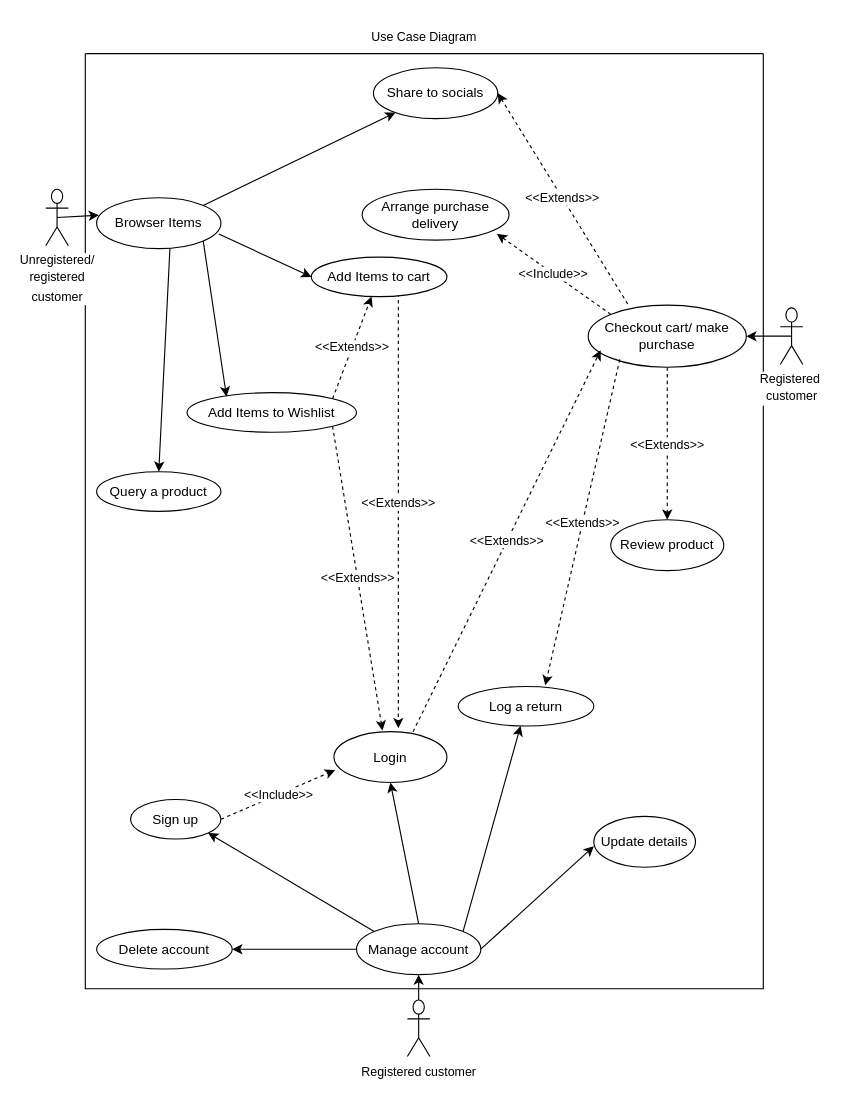
This is Deliverable 2/Diagrams/Use Case Diagram/use case diagram.drawio from otsilemodiselle/ITECA_Project, a draw.io file, before an edit. Source tidied: cells renumbered, new cells numbered last; positions are measured from the earlier drawing's top-left corner, leaving out a move shared by most shapes. Both pictures are drawn from the tidied source at 113%, with x=0, y=0 at pixel (45, 19).
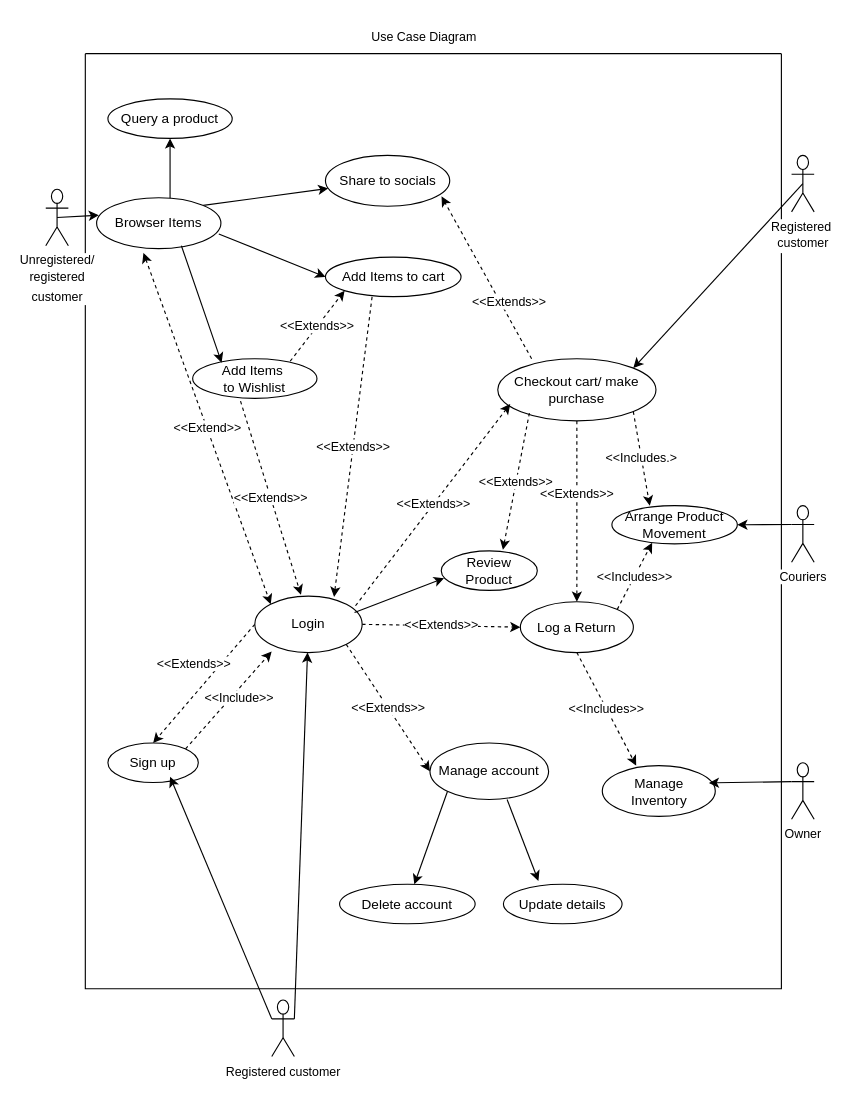
Above is the later version.

The change refers to these unchanged cells:
```xml
<mxCell id="6" value="Browser Items" style="ellipse;whiteSpace=wrap;html=1;" parent="2" vertex="1">
  <mxGeometry x="10" y="127.5" width="110" height="45" as="geometry" />
</mxCell>
```

Diff of the diagram source:
```diff
@@
     <mxCell id="2" style="swimlane;startSize=0;fontFamily=Helvetica;fontSize=11;fontColor=default;labelBackgroundColor=default;" parent="1" vertex="1">
-      <mxGeometry x="35" y="30" width="600" height="827.5" as="geometry" />
+      <mxGeometry x="35" y="30" width="616" height="827.5" as="geometry" />
     </mxCell>
@@
-    <mxCell id="4" style="edgeStyle=none;rounded=0;jettySize=auto;html=1;entryX=0.5;entryY=0;entryDx=0;entryDy=0;strokeColor=default;align=center;verticalAlign=middle;fontFamily=Helvetica;fontSize=11;fontColor=default;labelBackgroundColor=default;endArrow=classic;" parent="2" edge="1" target="23">
-      <mxGeometry relative="1" as="geometry">
-        <mxPoint x="75" y="170" as="sourcePoint" />
-      </mxGeometry>
-    </mxCell>
@@
+    <mxCell id="42" value="&amp;lt;&amp;lt;Extend&amp;gt;&amp;gt;" style="edgeStyle=none;rounded=0;jettySize=auto;html=1;exitX=0.377;exitY=1.084;exitDx=0;exitDy=0;entryX=0;entryY=0;entryDx=0;entryDy=0;strokeColor=default;align=center;verticalAlign=middle;fontFamily=Helvetica;fontSize=11;fontColor=default;labelBackgroundColor=default;endArrow=classic;startArrow=classic;startFill=1;dashed=1;exitPerimeter=0;" parent="2" edge="1" source="6" target="32">
+      <mxGeometry relative="1" as="geometry" />
+    </mxCell>
+    <mxCell id="43" style="edgeStyle=none;rounded=0;jettySize=auto;html=1;exitX=0.591;exitY=0.15;exitDx=0;exitDy=0;strokeColor=default;align=center;verticalAlign=middle;fontFamily=Helvetica;fontSize=11;fontColor=default;labelBackgroundColor=default;endArrow=classic;exitPerimeter=0;" parent="2" edge="1" source="6" target="23">
+      <mxGeometry relative="1" as="geometry" />
+    </mxCell>
@@
-    <mxCell id="7" value="&amp;lt;&amp;lt;Extends&amp;gt;&amp;gt;" style="edgeStyle=none;rounded=0;jettySize=auto;html=1;strokeColor=default;align=center;verticalAlign=middle;fontFamily=Helvetica;fontSize=11;fontColor=default;labelBackgroundColor=default;endArrow=classic;entryX=0.57;entryY=-0.067;entryDx=0;entryDy=0;entryPerimeter=0;dashed=1;" parent="2" edge="1" target="32">
-      <mxGeometry relative="1" as="geometry">
-        <mxPoint x="277" y="200" as="sourcePoint" />
-      </mxGeometry>
+    <mxCell id="7" value="&amp;lt;&amp;lt;Extends&amp;gt;&amp;gt;" style="edgeStyle=none;rounded=0;jettySize=auto;html=1;strokeColor=default;align=center;verticalAlign=middle;fontFamily=Helvetica;fontSize=11;fontColor=default;labelBackgroundColor=default;endArrow=classic;entryX=0.738;entryY=0.015;entryDx=0;entryDy=0;entryPerimeter=0;dashed=1;exitX=0.344;exitY=1.007;exitDx=0;exitDy=0;exitPerimeter=0;" parent="2" edge="1" source="8" target="32">
+      <mxGeometry relative="1" as="geometry" />
     </mxCell>
     <mxCell id="8" value="Add Items&lt;span style=&quot;background-color: initial;&quot;&gt;&amp;nbsp;to cart&lt;/span&gt;" style="ellipse;whiteSpace=wrap;html=1;" parent="2" vertex="1">
-      <mxGeometry x="200" y="180" width="120" height="35" as="geometry" />
+      <mxGeometry x="212.5" y="180" width="120" height="35" as="geometry" />
     </mxCell>
-    <mxCell id="9" value="&amp;lt;&amp;lt;Extends&amp;gt;&amp;gt;" style="edgeStyle=none;rounded=0;jettySize=auto;html=1;exitX=1;exitY=1;exitDx=0;exitDy=0;strokeColor=default;align=center;verticalAlign=middle;fontFamily=Helvetica;fontSize=11;fontColor=default;labelBackgroundColor=default;endArrow=classic;entryX=0.43;entryY=-0.022;entryDx=0;entryDy=0;entryPerimeter=0;dashed=1;" parent="2" edge="1" source="10" target="32">
+    <mxCell id="9" value="&amp;lt;&amp;lt;Extends&amp;gt;&amp;gt;" style="edgeStyle=none;rounded=0;jettySize=auto;html=1;exitX=0.385;exitY=1.071;exitDx=0;exitDy=0;strokeColor=default;align=center;verticalAlign=middle;fontFamily=Helvetica;fontSize=11;fontColor=default;labelBackgroundColor=default;endArrow=classic;entryX=0.43;entryY=-0.022;entryDx=0;entryDy=0;entryPerimeter=0;dashed=1;exitPerimeter=0;" parent="2" edge="1" source="10" target="32">
       <mxGeometry relative="1" as="geometry" />
     </mxCell>
-    <mxCell id="10" value="Add Items to Wishlist" style="ellipse;whiteSpace=wrap;html=1;" parent="2" vertex="1">
-      <mxGeometry x="90" y="300" width="150" height="35" as="geometry" />
+    <mxCell id="10" value="Add Items&amp;nbsp;&lt;div&gt;to Wishlist&lt;/div&gt;" style="ellipse;whiteSpace=wrap;html=1;" parent="2" vertex="1">
+      <mxGeometry x="95" y="270" width="110" height="35" as="geometry" />
     </mxCell>
-    <mxCell id="11" value="&amp;lt;&amp;lt;Include&amp;gt;&amp;gt;" style="edgeStyle=none;rounded=0;jettySize=auto;html=1;exitX=1;exitY=0.5;exitDx=0;exitDy=0;entryX=0.01;entryY=0.756;entryDx=0;entryDy=0;strokeColor=default;align=center;verticalAlign=middle;fontFamily=Helvetica;fontSize=11;fontColor=default;labelBackgroundColor=default;endArrow=classic;dashed=1;entryPerimeter=0;" parent="2" edge="1" source="31" target="32">
-      <mxGeometry relative="1" as="geometry" />
+    <mxCell id="11" value="&amp;lt;&amp;lt;Include&amp;gt;&amp;gt;" style="edgeStyle=none;rounded=0;jettySize=auto;html=1;exitX=1;exitY=0;exitDx=0;exitDy=0;entryX=0.157;entryY=0.981;entryDx=0;entryDy=0;strokeColor=default;align=center;verticalAlign=middle;fontFamily=Helvetica;fontSize=11;fontColor=default;labelBackgroundColor=default;endArrow=classic;dashed=1;entryPerimeter=0;" parent="2" edge="1" source="31" target="32">
+      <mxGeometry x="0.13" y="-5" relative="1" as="geometry">
+        <mxPoint x="1" as="offset" />
+      </mxGeometry>
     </mxCell>
     <mxCell id="12" value="&amp;lt;&amp;lt;Extends&amp;gt;&amp;gt;" style="edgeStyle=none;rounded=0;jettySize=auto;html=1;exitX=0.5;exitY=1;exitDx=0;exitDy=0;entryX=0.5;entryY=0;entryDx=0;entryDy=0;strokeColor=default;align=center;verticalAlign=middle;fontFamily=Helvetica;fontSize=11;fontColor=default;labelBackgroundColor=default;endArrow=classic;dashed=1;" parent="2" edge="1" source="14" target="26">
-      <mxGeometry relative="1" as="geometry" />
+      <mxGeometry x="-0.19" relative="1" as="geometry" />
     </mxCell>
-    <mxCell id="13" value="&amp;lt;&amp;lt;Extends&amp;gt;&amp;gt;" style="edgeStyle=none;rounded=0;jettySize=auto;html=1;exitX=0.25;exitY=-0.018;exitDx=0;exitDy=0;entryX=1;entryY=0.5;entryDx=0;entryDy=0;strokeColor=default;align=center;verticalAlign=middle;fontFamily=Helvetica;fontSize=11;fontColor=default;labelBackgroundColor=default;endArrow=classic;exitPerimeter=0;dashed=1;" parent="2" edge="1" source="14" target="25">
-      <mxGeometry relative="1" as="geometry" />
+    <mxCell id="13" value="&amp;lt;&amp;lt;Extends&amp;gt;&amp;gt;" style="edgeStyle=none;rounded=0;jettySize=auto;html=1;exitX=0.214;exitY=0;exitDx=0;exitDy=0;entryX=0.934;entryY=0.806;entryDx=0;entryDy=0;strokeColor=default;align=center;verticalAlign=middle;fontFamily=Helvetica;fontSize=11;fontColor=default;labelBackgroundColor=default;endArrow=classic;exitPerimeter=0;dashed=1;entryPerimeter=0;" parent="2" edge="1" source="14" target="25">
+      <mxGeometry x="-0.35" y="-7" relative="1" as="geometry" />
     </mxCell>
     <mxCell id="14" value="Checkout cart/ make purchase" style="ellipse;whiteSpace=wrap;html=1;" parent="2" vertex="1">
-      <mxGeometry x="445" y="222.5" width="140" height="55" as="geometry" />
+      <mxGeometry x="365" y="270" width="140" height="55" as="geometry" />
     </mxCell>
-    <mxCell id="15" value="Arrange purchase delivery" style="ellipse;whiteSpace=wrap;html=1;" parent="2" vertex="1">
-      <mxGeometry x="245" y="120" width="130" height="45" as="geometry" />
-    </mxCell>
-    <mxCell id="16" style="rounded=0;jettySize=auto;html=1;exitX=1;exitY=1;exitDx=0;exitDy=0;entryX=0.233;entryY=0.1;entryDx=0;entryDy=0;entryPerimeter=0;" parent="2" edge="1" source="6" target="10">
+    <mxCell id="16" style="rounded=0;jettySize=auto;html=1;exitX=0.682;exitY=0.944;exitDx=0;exitDy=0;entryX=0.233;entryY=0.1;entryDx=0;entryDy=0;entryPerimeter=0;exitPerimeter=0;" parent="2" edge="1" source="6" target="10">
       <mxGeometry relative="1" as="geometry" />
     </mxCell>
-    <mxCell id="17" style="rounded=0;jettySize=auto;html=1;exitX=0.5;exitY=0;exitDx=0;exitDy=0;entryX=0.5;entryY=1;entryDx=0;entryDy=0;" parent="2" edge="1" source="29" target="32">
-      <mxGeometry relative="1" as="geometry" />
-    </mxCell>
-    <mxCell id="18" style="rounded=0;jettySize=auto;html=1;exitX=0;exitY=0;exitDx=0;exitDy=0;entryX=1;entryY=1;entryDx=0;entryDy=0;" parent="2" edge="1" source="29" target="31">
-      <mxGeometry relative="1" as="geometry" />
-    </mxCell>
-    <mxCell id="19" style="rounded=0;jettySize=auto;html=1;exitX=1;exitY=0;exitDx=0;exitDy=0;" parent="2" edge="1" source="29" target="33">
-      <mxGeometry relative="1" as="geometry" />
-    </mxCell>
-    <mxCell id="20" style="rounded=0;jettySize=auto;html=1;exitX=0;exitY=0.5;exitDx=0;exitDy=0;" parent="2" edge="1" source="29" target="30">
-      <mxGeometry relative="1" as="geometry" />
-    </mxCell>
-    <mxCell id="21" style="rounded=0;jettySize=auto;html=1;exitX=1;exitY=0.5;exitDx=0;exitDy=0;entryX=0;entryY=0.588;entryDx=0;entryDy=0;entryPerimeter=0;" parent="2" edge="1" source="29" target="34">
+    <mxCell id="21" style="rounded=0;jettySize=auto;html=1;exitX=0.65;exitY=1;exitDx=0;exitDy=0;entryX=0.295;entryY=-0.083;entryDx=0;entryDy=0;entryPerimeter=0;exitPerimeter=0;" parent="2" edge="1" source="29" target="34">
       <mxGeometry relative="1" as="geometry" />
     </mxCell>
-    <mxCell id="22" value="&amp;lt;&amp;lt;Extends&amp;gt;&amp;gt;" style="edgeStyle=none;rounded=0;jettySize=auto;html=1;strokeColor=default;align=center;verticalAlign=middle;fontFamily=Helvetica;fontSize=11;fontColor=default;labelBackgroundColor=default;endArrow=classic;dashed=1;exitX=1;exitY=0;exitDx=0;exitDy=0;" parent="2" edge="1" source="10" target="8">
+    <mxCell id="22" value="&amp;lt;&amp;lt;Extends&amp;gt;&amp;gt;" style="edgeStyle=none;rounded=0;jettySize=auto;html=1;strokeColor=default;align=center;verticalAlign=middle;fontFamily=Helvetica;fontSize=11;fontColor=default;labelBackgroundColor=default;endArrow=classic;dashed=1;exitX=0.785;exitY=0.061;exitDx=0;exitDy=0;entryX=0;entryY=1;entryDx=0;entryDy=0;exitPerimeter=0;" parent="2" edge="1" source="10" target="8">
       <mxGeometry relative="1" as="geometry" />
     </mxCell>
     <mxCell id="23" value="Query a product" style="ellipse;whiteSpace=wrap;html=1;" parent="2" vertex="1">
-      <mxGeometry x="10" y="370" width="110" height="35" as="geometry" />
+      <mxGeometry x="20" y="40" width="110" height="35" as="geometry" />
     </mxCell>
-    <mxCell id="24" value="&amp;lt;&amp;lt;Extends&amp;gt;&amp;gt;" style="edgeStyle=none;rounded=0;jettySize=auto;html=1;entryX=0.079;entryY=0.727;entryDx=0;entryDy=0;entryPerimeter=0;strokeColor=default;align=center;verticalAlign=middle;fontFamily=Helvetica;fontSize=11;fontColor=default;labelBackgroundColor=default;endArrow=classic;exitX=0.7;exitY=0;exitDx=0;exitDy=0;exitPerimeter=0;dashed=1;" parent="2" edge="1" source="32" target="14">
+    <mxCell id="24" value="&amp;lt;&amp;lt;Extends&amp;gt;&amp;gt;" style="edgeStyle=none;rounded=0;jettySize=auto;html=1;entryX=0.079;entryY=0.727;entryDx=0;entryDy=0;entryPerimeter=0;strokeColor=default;align=center;verticalAlign=middle;fontFamily=Helvetica;fontSize=11;fontColor=default;labelBackgroundColor=default;endArrow=classic;exitX=0.938;exitY=0.171;exitDx=0;exitDy=0;exitPerimeter=0;dashed=1;startArrow=none;startFill=0;" parent="2" edge="1" source="32" target="14">
       <mxGeometry relative="1" as="geometry" />
     </mxCell>
     <mxCell id="25" value="Share to socials" style="ellipse;whiteSpace=wrap;html=1;" parent="2" vertex="1">
-      <mxGeometry x="255" y="12.5" width="110" height="45" as="geometry" />
+      <mxGeometry x="212.5" y="90" width="110" height="45" as="geometry" />
     </mxCell>
+    <mxCell id="44" value="&amp;lt;&amp;lt;Includes&amp;gt;&amp;gt;" style="edgeStyle=none;rounded=0;jettySize=auto;html=1;exitX=1;exitY=0;exitDx=0;exitDy=0;strokeColor=default;align=center;verticalAlign=middle;fontFamily=Helvetica;fontSize=11;fontColor=default;labelBackgroundColor=default;endArrow=classic;dashed=1;entryX=0.321;entryY=0.971;entryDx=0;entryDy=0;entryPerimeter=0;" parent="2" edge="1" source="26" target="51">
+      <mxGeometry relative="1" as="geometry" />
+    </mxCell>
-    <mxCell id="26" value="Review product" style="ellipse;whiteSpace=wrap;html=1;" parent="2" vertex="1">
-      <mxGeometry x="465" y="412.5" width="100" height="45" as="geometry" />
+    <mxCell id="26" value="Log a Return" style="ellipse;whiteSpace=wrap;html=1;" parent="2" vertex="1">
+      <mxGeometry x="385" y="485" width="100" height="45" as="geometry" />
     </mxCell>
-    <mxCell id="27" value="&amp;lt;&amp;lt;Include&amp;gt;&amp;gt;" style="edgeStyle=none;rounded=0;jettySize=auto;html=1;entryX=0.917;entryY=0.875;entryDx=0;entryDy=0;entryPerimeter=0;strokeColor=default;align=center;verticalAlign=middle;fontFamily=Helvetica;fontSize=11;fontColor=default;labelBackgroundColor=default;endArrow=classic;exitX=0;exitY=0;exitDx=0;exitDy=0;dashed=1;" parent="2" edge="1" source="14" target="15">
-      <mxGeometry relative="1" as="geometry" />
-    </mxCell>
@@
+    <mxCell id="20" style="edgeStyle=none;rounded=0;jettySize=auto;html=1;exitX=0;exitY=1;exitDx=0;exitDy=0;strokeColor=default;align=center;verticalAlign=middle;fontFamily=Helvetica;fontSize=11;fontColor=default;labelBackgroundColor=default;endArrow=classic;" parent="2" edge="1" source="29" target="30">
+      <mxGeometry relative="1" as="geometry" />
+    </mxCell>
     <mxCell id="29" value="Manage account" style="ellipse;whiteSpace=wrap;html=1;" parent="2" vertex="1">
-      <mxGeometry x="240" y="770" width="110" height="45" as="geometry" />
+      <mxGeometry x="305" y="610" width="105" height="50" as="geometry" />
     </mxCell>
     <mxCell id="30" value="Delete account" style="ellipse;whiteSpace=wrap;html=1;" parent="2" vertex="1">
-      <mxGeometry x="10" y="775" width="120" height="35" as="geometry" />
+      <mxGeometry x="225" y="735" width="120" height="35" as="geometry" />
     </mxCell>
     <mxCell id="31" value="Sign up" style="ellipse;whiteSpace=wrap;html=1;" parent="2" vertex="1">
-      <mxGeometry x="40" y="660" width="80" height="35" as="geometry" />
+      <mxGeometry x="20" y="610" width="80" height="35" as="geometry" />
     </mxCell>
+    <mxCell id="45" value="&amp;lt;&amp;lt;Extends&amp;gt;&amp;gt;" style="edgeStyle=none;rounded=0;jettySize=auto;html=1;exitX=1;exitY=0.5;exitDx=0;exitDy=0;entryX=0;entryY=0.5;entryDx=0;entryDy=0;strokeColor=default;align=center;verticalAlign=middle;fontFamily=Helvetica;fontSize=11;fontColor=default;labelBackgroundColor=default;endArrow=classic;dashed=1;" parent="2" edge="1" source="32" target="26">
+      <mxGeometry relative="1" as="geometry" />
+    </mxCell>
+    <mxCell id="46" value="&amp;lt;&amp;lt;Extends&amp;gt;&amp;gt;" style="edgeStyle=none;rounded=0;jettySize=auto;html=1;exitX=1;exitY=1;exitDx=0;exitDy=0;strokeColor=default;align=center;verticalAlign=middle;fontFamily=Helvetica;fontSize=11;fontColor=default;labelBackgroundColor=default;endArrow=classic;entryX=0;entryY=0.5;entryDx=0;entryDy=0;dashed=1;" parent="2" edge="1" source="32" target="29">
+      <mxGeometry relative="1" as="geometry" />
+    </mxCell>
+    <mxCell id="47" value="&amp;lt;&amp;lt;Extends&amp;gt;&amp;gt;" style="edgeStyle=none;rounded=0;jettySize=auto;html=1;exitX=0;exitY=0.5;exitDx=0;exitDy=0;entryX=0.5;entryY=0;entryDx=0;entryDy=0;strokeColor=default;align=center;verticalAlign=middle;fontFamily=Helvetica;fontSize=11;fontColor=default;labelBackgroundColor=default;endArrow=classic;dashed=1;" parent="2" edge="1" source="32" target="31">
+      <mxGeometry x="-0.11" y="-18" relative="1" as="geometry" />
+    </mxCell>
     <mxCell id="32" value="Login" style="ellipse;whiteSpace=wrap;html=1;" parent="2" vertex="1">
-      <mxGeometry x="220" y="600" width="100" height="45" as="geometry" />
+      <mxGeometry x="150" y="480" width="95" height="50" as="geometry" />
     </mxCell>
-    <mxCell id="33" value="Log a return" style="ellipse;whiteSpace=wrap;html=1;" parent="2" vertex="1">
-      <mxGeometry x="330" y="560" width="120" height="35" as="geometry" />
+    <mxCell id="33" value="Review&lt;div&gt;Product&lt;/div&gt;" style="ellipse;whiteSpace=wrap;html=1;" parent="2" vertex="1">
+      <mxGeometry x="315" y="440" width="85" height="35" as="geometry" />
     </mxCell>
     <mxCell id="34" value="Update details" style="ellipse;whiteSpace=wrap;html=1;" parent="2" vertex="1">
-      <mxGeometry x="450" y="675" width="90" height="45" as="geometry" />
+      <mxGeometry x="370" y="735" width="105" height="35" as="geometry" />
     </mxCell>
-    <mxCell id="35" value="Registered customer" style="shape=umlActor;verticalLabelPosition=bottom;verticalAlign=top;html=1;outlineConnect=0;fontFamily=Helvetica;fontSize=11;fontColor=default;labelBackgroundColor=default;" parent="2" vertex="1">
-      <mxGeometry x="285" y="837.5" width="20" height="50" as="geometry" />
-    </mxCell>
-    <mxCell id="36" style="edgeStyle=none;rounded=0;jettySize=auto;html=1;exitX=0.5;exitY=0;exitDx=0;exitDy=0;exitPerimeter=0;entryX=0.5;entryY=1;entryDx=0;entryDy=0;strokeColor=default;align=center;verticalAlign=middle;fontFamily=Helvetica;fontSize=11;fontColor=default;labelBackgroundColor=default;endArrow=classic;" parent="2" edge="1" source="35" target="29">
-      <mxGeometry relative="1" as="geometry" />
-    </mxCell>
+    <mxCell id="48" style="edgeStyle=none;rounded=0;jettySize=auto;html=1;exitX=0.929;exitY=0.291;exitDx=0;exitDy=0;entryX=0.029;entryY=0.692;entryDx=0;entryDy=0;entryPerimeter=0;strokeColor=default;align=center;verticalAlign=middle;fontFamily=Helvetica;fontSize=11;fontColor=default;labelBackgroundColor=default;endArrow=classic;exitPerimeter=0;" parent="2" edge="1" source="32" target="33">
+      <mxGeometry relative="1" as="geometry" />
+    </mxCell>
+    <mxCell id="49" value="Manage&lt;div&gt;Inventory&lt;/div&gt;" style="ellipse;whiteSpace=wrap;html=1;" parent="2" vertex="1">
+      <mxGeometry x="457.5" y="630" width="100" height="45" as="geometry" />
+    </mxCell>
+    <mxCell id="50" value="&amp;lt;&amp;lt;Includes&amp;gt;&amp;gt;" style="edgeStyle=none;rounded=0;jettySize=auto;html=1;exitX=0.5;exitY=1;exitDx=0;exitDy=0;entryX=0.3;entryY=0;entryDx=0;entryDy=0;entryPerimeter=0;strokeColor=default;align=center;verticalAlign=middle;fontFamily=Helvetica;fontSize=11;fontColor=default;labelBackgroundColor=default;endArrow=classic;dashed=1;" parent="2" edge="1" source="26" target="49">
+      <mxGeometry relative="1" as="geometry" />
+    </mxCell>
+    <mxCell id="51" value="Arrange Product&lt;div&gt;Movement&lt;/div&gt;" style="ellipse;whiteSpace=wrap;html=1;" parent="2" vertex="1">
+      <mxGeometry x="466" y="400" width="111" height="33.8" as="geometry" />
+    </mxCell>
+    <mxCell id="52" value="&amp;lt;&amp;lt;Includes.&amp;gt;" style="edgeStyle=none;rounded=0;jettySize=auto;html=1;exitX=1;exitY=1;exitDx=0;exitDy=0;entryX=0.302;entryY=0.002;entryDx=0;entryDy=0;entryPerimeter=0;strokeColor=default;align=center;verticalAlign=middle;fontFamily=Helvetica;fontSize=11;fontColor=default;labelBackgroundColor=default;endArrow=classic;dashed=1;" parent="2" edge="1" source="14" target="51">
+      <mxGeometry relative="1" as="geometry" />
+    </mxCell>
@@
-    <mxCell id="38" style="edgeStyle=none;rounded=0;jettySize=auto;html=1;exitX=0.5;exitY=0.5;exitDx=0;exitDy=0;exitPerimeter=0;entryX=1;entryY=0.5;entryDx=0;entryDy=0;strokeColor=default;align=center;verticalAlign=middle;fontFamily=Helvetica;fontSize=11;fontColor=default;labelBackgroundColor=default;endArrow=classic;" parent="1" edge="1" source="39" target="14">
+    <mxCell id="38" style="edgeStyle=none;rounded=0;jettySize=auto;html=1;exitX=0.5;exitY=0.5;exitDx=0;exitDy=0;exitPerimeter=0;entryX=1;entryY=0;entryDx=0;entryDy=0;strokeColor=default;align=center;verticalAlign=middle;fontFamily=Helvetica;fontSize=11;fontColor=default;labelBackgroundColor=default;endArrow=classic;" parent="1" edge="1" source="39" target="14">
       <mxGeometry relative="1" as="geometry" />
     </mxCell>
     <mxCell id="39" value="Registered&amp;nbsp;&lt;div style=&quot;line-height: 150%;&quot;&gt;customer&lt;/div&gt;" style="shape=umlActor;verticalLabelPosition=bottom;verticalAlign=top;html=1;outlineConnect=0;fontFamily=Helvetica;fontSize=11;fontColor=default;labelBackgroundColor=default;" parent="1" vertex="1">
-      <mxGeometry x="650" y="255" width="20" height="50" as="geometry" />
+      <mxGeometry x="660" y="120" width="20" height="50" as="geometry" />
     </mxCell>
@@
+    <mxCell id="53" style="edgeStyle=none;rounded=0;jettySize=auto;html=1;exitX=1;exitY=0.3333333333333333;exitDx=0;exitDy=0;exitPerimeter=0;strokeColor=default;align=center;verticalAlign=middle;fontFamily=Helvetica;fontSize=11;fontColor=default;labelBackgroundColor=default;endArrow=classic;" parent="1" edge="1" source="35" target="32">
+      <mxGeometry relative="1" as="geometry" />
+    </mxCell>
+    <mxCell id="35" value="Registered customer" style="shape=umlActor;verticalLabelPosition=bottom;verticalAlign=top;html=1;outlineConnect=0;fontFamily=Helvetica;fontSize=11;fontColor=default;labelBackgroundColor=default;" parent="1" vertex="1">
+      <mxGeometry x="200" y="867.5" width="20" height="50" as="geometry" />
+    </mxCell>
+    <mxCell id="54" style="edgeStyle=none;rounded=0;jettySize=auto;html=1;exitX=0;exitY=0.3333333333333333;exitDx=0;exitDy=0;exitPerimeter=0;entryX=0.688;entryY=0.857;entryDx=0;entryDy=0;entryPerimeter=0;strokeColor=default;align=center;verticalAlign=middle;fontFamily=Helvetica;fontSize=11;fontColor=default;labelBackgroundColor=default;endArrow=classic;" parent="1" edge="1" source="35" target="31">
+      <mxGeometry relative="1" as="geometry" />
+    </mxCell>
+    <mxCell id="55" style="edgeStyle=none;rounded=0;orthogonalLoop=1;jettySize=auto;html=1;exitX=0;exitY=0.3333333333333333;exitDx=0;exitDy=0;exitPerimeter=0;entryX=0.977;entryY=0.393;entryDx=0;entryDy=0;entryPerimeter=0;strokeColor=default;align=center;verticalAlign=middle;fontFamily=Helvetica;fontSize=11;fontColor=default;labelBackgroundColor=default;endArrow=classic;" parent="1" edge="1">
+      <mxGeometry relative="1" as="geometry">
+        <mxPoint x="602.1" y="137.7" as="targetPoint" />
+      </mxGeometry>
+    </mxCell>
+    <mxCell id="56" value="Owner" style="shape=umlActor;verticalLabelPosition=bottom;verticalAlign=top;html=1;outlineConnect=0;fontFamily=Helvetica;fontSize=11;fontColor=default;labelBackgroundColor=default;" parent="1" vertex="1">
+      <mxGeometry x="660" y="657.5" width="20" height="50" as="geometry" />
+    </mxCell>
+    <mxCell id="57" style="edgeStyle=none;rounded=0;jettySize=auto;html=1;exitX=0;exitY=0.3333333333333333;exitDx=0;exitDy=0;exitPerimeter=0;entryX=0.943;entryY=0.341;entryDx=0;entryDy=0;entryPerimeter=0;strokeColor=default;align=center;verticalAlign=middle;fontFamily=Helvetica;fontSize=11;fontColor=default;labelBackgroundColor=default;endArrow=classic;" parent="1" edge="1" source="56" target="49">
+      <mxGeometry relative="1" as="geometry" />
+    </mxCell>
+    <mxCell id="58" style="edgeStyle=none;rounded=0;jettySize=auto;html=1;exitX=0;exitY=0.3333333333333333;exitDx=0;exitDy=0;exitPerimeter=0;entryX=1;entryY=0.5;entryDx=0;entryDy=0;strokeColor=default;align=center;verticalAlign=middle;fontFamily=Helvetica;fontSize=11;fontColor=default;labelBackgroundColor=default;endArrow=classic;" parent="1" edge="1" source="59" target="51">
+      <mxGeometry relative="1" as="geometry" />
+    </mxCell>
+    <mxCell id="59" value="Couriers" style="shape=umlActor;verticalLabelPosition=bottom;verticalAlign=top;html=1;outlineConnect=0;fontFamily=Helvetica;fontSize=11;fontColor=default;labelBackgroundColor=default;" parent="1" vertex="1">
+      <mxGeometry x="660" y="430" width="20" height="50" as="geometry" />
+    </mxCell>
```
